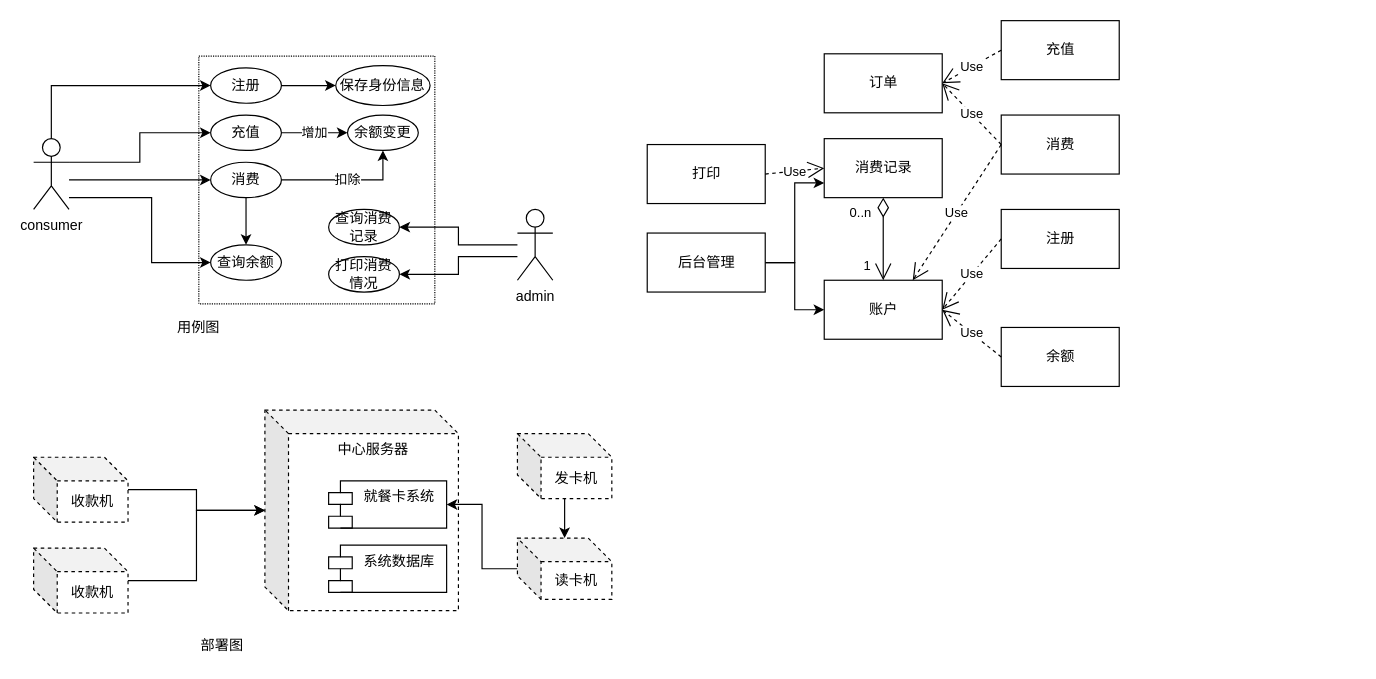
Above: CanteenShoppingCard.drawio in muyol/geekbang (draw.io), before the change. Source tidied: cells renumbered, new cells numbered last; positions are measured from the earlier drawing's top-left corner, leaving out a move shared by most shapes. Both pictures are drawn from the tidied source at 118%, with x=0, y=0 at pixel (33, 20).
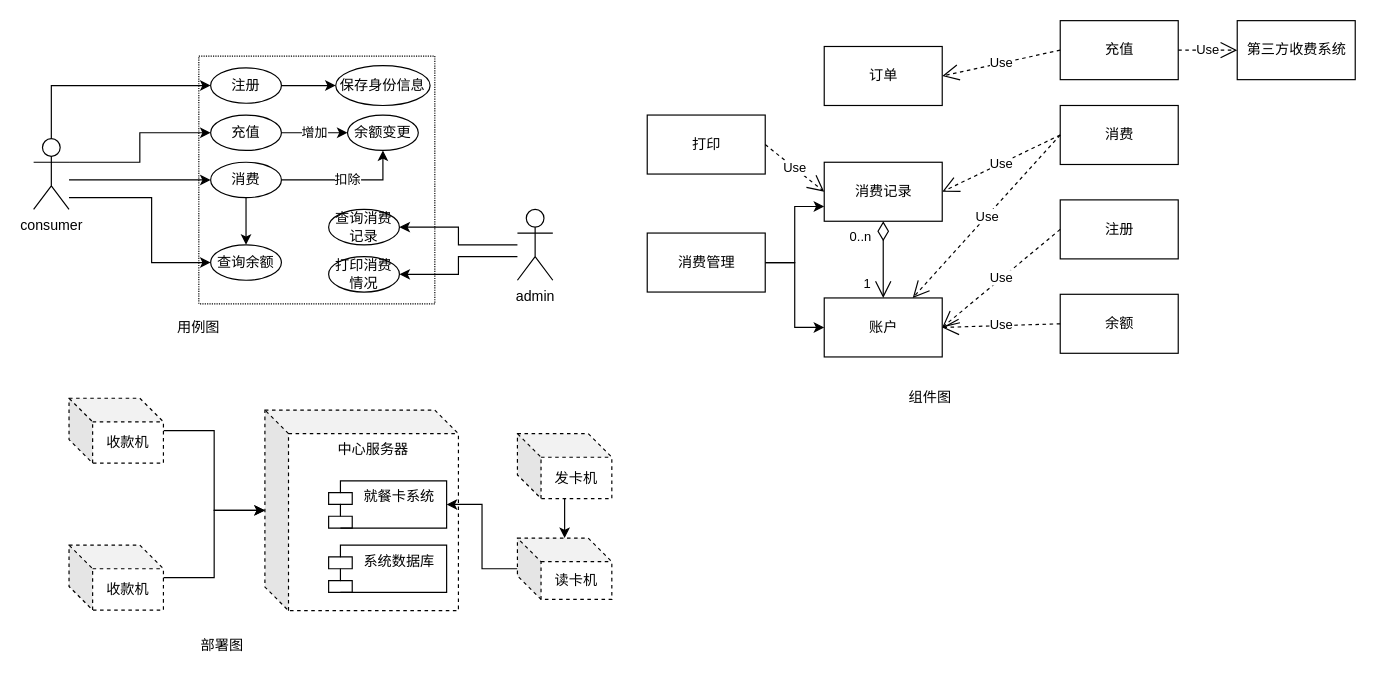
The same page after the edit.

Commit message:
组件图调整

Change to the diagram source:
```diff
@@
     <mxCell id="24" value="收款机" style="shape=cube;whiteSpace=wrap;html=1;boundedLbl=1;backgroundOutline=1;darkOpacity=0.05;darkOpacity2=0.1;dashed=1;" parent="1" vertex="1">
-      <mxGeometry y="370" width="80" height="55" as="geometry" />
+      <mxGeometry x="30" y="320" width="80" height="55" as="geometry" />
     </mxCell>
@@
     <mxCell id="29" value="收款机" style="shape=cube;whiteSpace=wrap;html=1;boundedLbl=1;backgroundOutline=1;darkOpacity=0.05;darkOpacity2=0.1;dashed=1;" parent="1" vertex="1">
-      <mxGeometry y="447" width="80" height="55" as="geometry" />
+      <mxGeometry x="30" y="444.5" width="80" height="55" as="geometry" />
     </mxCell>
@@
     <mxCell id="36" value="注册" style="html=1;" parent="1" vertex="1">
-      <mxGeometry x="820" y="160" width="100" height="50" as="geometry" />
+      <mxGeometry x="870" y="151.9" width="100" height="50" as="geometry" />
     </mxCell>
     <mxCell id="37" value="订单" style="html=1;" parent="1" vertex="1">
-      <mxGeometry x="670" y="28.1" width="100" height="50" as="geometry" />
+      <mxGeometry x="670" y="21.9" width="100" height="50" as="geometry" />
     </mxCell>
     <mxCell id="38" value="充值" style="html=1;" parent="1" vertex="1">
-      <mxGeometry x="820" width="100" height="50" as="geometry" />
+      <mxGeometry x="870" width="100" height="50" as="geometry" />
     </mxCell>
     <mxCell id="39" value="账户" style="html=1;" parent="1" vertex="1">
-      <mxGeometry x="670" y="220" width="100" height="50" as="geometry" />
+      <mxGeometry x="670" y="235" width="100" height="50" as="geometry" />
     </mxCell>
     <mxCell id="40" value="消费" style="html=1;" parent="1" vertex="1">
-      <mxGeometry x="820" y="80" width="100" height="50" as="geometry" />
+      <mxGeometry x="870" y="71.9" width="100" height="50" as="geometry" />
     </mxCell>
@@
-    <mxCell id="42" value="Use" style="endArrow=open;endSize=12;dashed=1;html=1;exitX=0;exitY=0.5;exitDx=0;exitDy=0;entryX=1;entryY=0.5;entryDx=0;entryDy=0;" parent="1" edge="1" source="40" target="37">
+    <mxCell id="42" value="Use" style="endArrow=open;endSize=12;dashed=1;html=1;exitX=0;exitY=0.5;exitDx=0;exitDy=0;entryX=1;entryY=0.5;entryDx=0;entryDy=0;" parent="1" edge="1" source="40" target="44">
       <mxGeometry relative="1" as="geometry" />
     </mxCell>
@@
     <mxCell id="44" value="消费记录" style="html=1;" parent="1" vertex="1">
-      <mxGeometry x="670" y="100" width="100" height="50" as="geometry" />
+      <mxGeometry x="670" y="120" width="100" height="50" as="geometry" />
     </mxCell>
@@
     <mxCell id="48" value="打印" style="html=1;" parent="1" vertex="1">
-      <mxGeometry x="520" y="105" width="100" height="50" as="geometry" />
+      <mxGeometry x="520" y="80" width="100" height="50" as="geometry" />
     </mxCell>
@@
     <mxCell id="50" value="余额" style="html=1;" parent="1" vertex="1">
-      <mxGeometry x="820" y="260" width="100" height="50" as="geometry" />
+      <mxGeometry x="870" y="231.9" width="100" height="50" as="geometry" />
     </mxCell>
@@
-    <mxCell id="55" value="后台管理" style="html=1;" parent="1" vertex="1">
+    <mxCell id="55" value="消费管理" style="html=1;" parent="1" vertex="1">
       <mxGeometry x="520" y="180" width="100" height="50" as="geometry" />
     </mxCell>
+    <mxCell id="56" value="组件图" style="text;html=1;strokeColor=none;fillColor=none;align=center;verticalAlign=middle;whiteSpace=wrap;rounded=0;dashed=1;" parent="1" vertex="1">
+      <mxGeometry x="740" y="310" width="40" height="20" as="geometry" />
+    </mxCell>
+    <mxCell id="57" value="第三方收费系统" style="html=1;" parent="1" vertex="1">
+      <mxGeometry x="1020" width="100" height="50" as="geometry" />
+    </mxCell>
+    <mxCell id="58" value="Use" style="endArrow=open;endSize=12;dashed=1;html=1;exitX=1;exitY=0.5;exitDx=0;exitDy=0;" parent="1" edge="1" source="38" target="57">
+      <mxGeometry relative="1" as="geometry" />
+    </mxCell>
```
